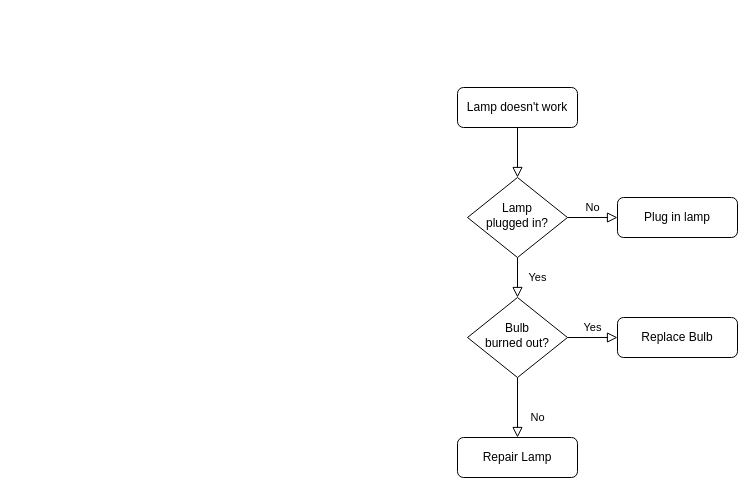
Better-Ding/RL_design keeps this draw.io diagram as 未命名绘图.drawio. Above is the earlier version. Source tidied: cells renumbered, new cells numbered last; positions are measured from the earlier drawing's top-left corner, leaving out a move shared by most shapes. Both pictures are drawn from the tidied source at 100%, with x=0, y=0 at pixel (457, 87).
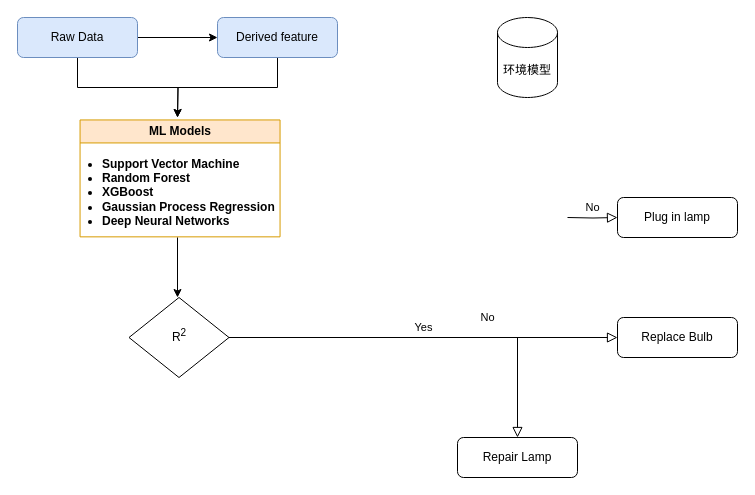
The same diagram, later.

Unchanged cells that the change refers to:
```xml
<mxCell id="7" value="Plug in lamp" style="rounded=1;whiteSpace=wrap;html=1;fontSize=12;glass=0;strokeWidth=1;shadow=0;" parent="1" vertex="1">
  <mxGeometry x="160" y="110" width="120" height="40" as="geometry" />
</mxCell>
```

The edit, as a diff of the source:
```diff
@@
-    <mxCell id="2" style="rounded=0;html=1;jettySize=auto;fontSize=11;endArrow=block;endFill=0;endSize=8;strokeWidth=1;shadow=0;labelBackgroundColor=none;edgeStyle=orthogonalEdgeStyle;" parent="1" edge="1" source="3" target="6">
-      <mxGeometry relative="1" as="geometry" />
-    </mxCell>
+    <mxCell id="13" style="edgeStyle=orthogonalEdgeStyle;rounded=0;jettySize=auto;html=1;exitX=1;exitY=0.5;exitDx=0;exitDy=0;entryX=0;entryY=0.5;entryDx=0;entryDy=0;" parent="1" edge="1" source="3" target="17">
+      <mxGeometry relative="1" as="geometry" />
+    </mxCell>
+    <mxCell id="14" style="edgeStyle=orthogonalEdgeStyle;rounded=0;jettySize=auto;html=1;exitX=0.5;exitY=1;exitDx=0;exitDy=0;fontFamily=Helvetica;fontSize=12;fontColor=default;fontStyle=1;" parent="1" edge="1" source="3">
+      <mxGeometry relative="1" as="geometry">
+        <mxPoint x="-280" y="30" as="targetPoint" />
+      </mxGeometry>
+    </mxCell>
-    <mxCell id="3" value="Lamp doesn't work" style="rounded=1;whiteSpace=wrap;html=1;fontSize=12;glass=0;strokeWidth=1;shadow=0;" parent="1" vertex="1">
-      <mxGeometry width="120" height="40" as="geometry" />
+    <mxCell id="3" value="Raw Data" style="rounded=1;whiteSpace=wrap;html=1;fontSize=12;glass=0;strokeWidth=1;shadow=0;fillColor=#dae8fc;strokeColor=#6c8ebf;" parent="1" vertex="1">
+      <mxGeometry x="-440" y="-70" width="120" height="40" as="geometry" />
     </mxCell>
-    <mxCell id="4" value="Yes" style="rounded=0;html=1;jettySize=auto;fontSize=11;endArrow=block;endFill=0;endSize=8;strokeWidth=1;shadow=0;labelBackgroundColor=none;edgeStyle=orthogonalEdgeStyle;" parent="1" edge="1" source="6" target="10">
-      <mxGeometry y="20" relative="1" as="geometry" />
-    </mxCell>
-    <mxCell id="5" value="No" style="edgeStyle=orthogonalEdgeStyle;rounded=0;html=1;jettySize=auto;fontSize=11;endArrow=block;endFill=0;endSize=8;strokeWidth=1;shadow=0;labelBackgroundColor=none;" parent="1" edge="1" source="6" target="7">
-      <mxGeometry y="10" relative="1" as="geometry" />
+    <mxCell id="5" value="No" style="edgeStyle=orthogonalEdgeStyle;rounded=0;html=1;jettySize=auto;fontSize=11;endArrow=block;endFill=0;endSize=8;strokeWidth=1;shadow=0;labelBackgroundColor=none;" parent="1" edge="1" target="7">
+      <mxGeometry y="10" relative="1" as="geometry">
+        <mxPoint x="110" y="130" as="sourcePoint" />
+      </mxGeometry>
     </mxCell>
-    <mxCell id="6" value="Lamp&lt;br&gt;plugged in?" style="rhombus;whiteSpace=wrap;html=1;shadow=0;fontFamily=Helvetica;fontSize=12;align=center;strokeWidth=1;spacing=6;spacingTop=-4;" parent="1" vertex="1">
-      <mxGeometry x="10" y="90" width="100" height="80" as="geometry" />
-    </mxCell>
@@
-    <mxCell id="10" value="Bulb&lt;br&gt;burned out?" style="rhombus;whiteSpace=wrap;html=1;shadow=0;fontFamily=Helvetica;fontSize=12;align=center;strokeWidth=1;spacing=6;spacingTop=-4;" parent="1" vertex="1">
-      <mxGeometry x="10" y="210" width="100" height="80" as="geometry" />
+    <mxCell id="10" value="R&lt;sup&gt;2&lt;/sup&gt;" style="rhombus;whiteSpace=wrap;html=1;shadow=0;fontFamily=Helvetica;fontSize=12;align=center;strokeWidth=1;spacing=6;spacingTop=-4;" parent="1" vertex="1">
+      <mxGeometry x="-328.5" y="210" width="100" height="80" as="geometry" />
     </mxCell>
@@
+    <mxCell id="15" value="环境模型" style="shape=cylinder3;whiteSpace=wrap;html=1;boundedLbl=1;backgroundOutline=1;size=15;" parent="1" vertex="1">
+      <mxGeometry x="40" y="-70" width="60" height="80" as="geometry" />
+    </mxCell>
+    <mxCell id="16" style="edgeStyle=orthogonalEdgeStyle;rounded=0;jettySize=auto;html=1;exitX=0.5;exitY=1;exitDx=0;exitDy=0;fontFamily=Helvetica;fontSize=12;fontColor=default;fontStyle=1;" parent="1" edge="1" source="17">
+      <mxGeometry relative="1" as="geometry">
+        <mxPoint x="-280" y="30" as="targetPoint" />
+      </mxGeometry>
+    </mxCell>
+    <mxCell id="17" value="Derived feature" style="rounded=1;whiteSpace=wrap;html=1;fontSize=12;glass=0;strokeWidth=1;shadow=0;fillColor=#dae8fc;strokeColor=#6c8ebf;" parent="1" vertex="1">
+      <mxGeometry x="-240" y="-70" width="120" height="40" as="geometry" />
+    </mxCell>
+    <mxCell id="18" value="ML Models" style="swimlane;horizontal=0;whiteSpace=wrap;html=1;strokeColor=#d79b00;align=center;verticalAlign=middle;fontFamily=Helvetica;fontSize=12;fontColor=default;fontStyle=1;fillColor=#ffe6cc;rotation=90;" parent="1" vertex="1">
+      <mxGeometry x="-335.9" y="-9.1" width="116.9" height="200" as="geometry" />
+    </mxCell>
+    <mxCell id="19" value="&lt;ul&gt;&lt;li&gt;Support Vector Machine&lt;/li&gt;&lt;li&gt;Random Forest&lt;/li&gt;&lt;li&gt;XGBoost&lt;/li&gt;&lt;li&gt;Gaussian Process Regression&lt;/li&gt;&lt;li&gt;Deep&amp;nbsp;Neural Networks&lt;/li&gt;&lt;/ul&gt;" style="text;html=1;align=left;verticalAlign=middle;strokeColor=none;fillColor=none;fontFamily=Helvetica;fontSize=12;fontColor=default;fontStyle=1;" parent="18" vertex="1">
+      <mxGeometry x="-61.5" y="59.5" width="220" height="110" as="geometry" />
+    </mxCell>
+    <mxCell id="20" style="rounded=0;orthogonalLoop=1;jettySize=auto;html=1;fontFamily=Helvetica;fontSize=12;fontColor=default;fontStyle=1;startArrow=none;startFill=0;endArrow=classic;endFill=1;" parent="1" edge="1">
+      <mxGeometry relative="1" as="geometry">
+        <mxPoint x="-280" y="150" as="sourcePoint" />
+        <mxPoint x="-280" y="210" as="targetPoint" />
+      </mxGeometry>
+    </mxCell>
```
